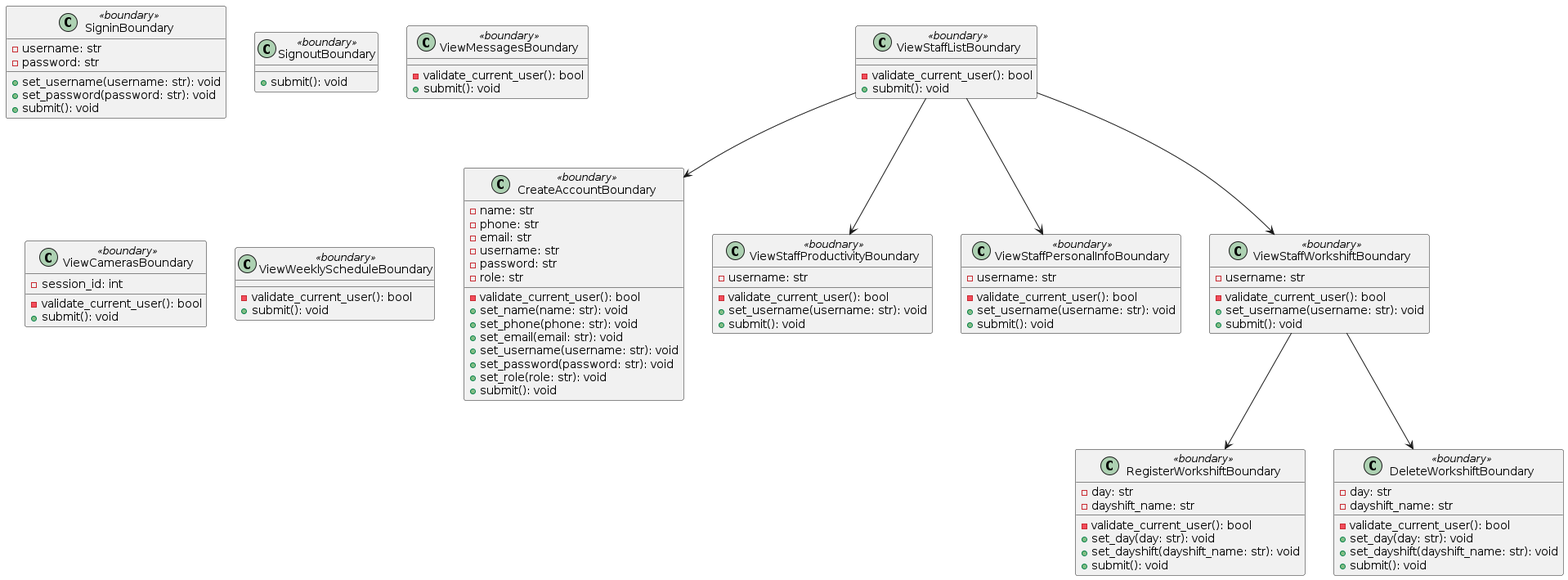
LapTQ/MCT keeps this PlantUML diagram as docs/UML/Class Details/view.png. Above is the earlier version. Source of this version:
```plantuml
@startuml

class SigninBoundary <<boundary>> {
    - username: str
    - password: str

    + set_username(username: str): void
    + set_password(password: str): void
    + submit(): void
}

class SignoutBoundary <<boundary>> {

    + submit(): void
}

class CreateAccountBoundary <<boundary>> {
    - name: str
    - phone: str
    - email: str
    - username: str
    - password: str
    - role: str

    - validate_current_user(): bool
    + set_name(name: str): void
    + set_phone(phone: str): void
    + set_email(email: str): void
    + set_username(username: str): void
    + set_password(password: str): void
    + set_role(role: str): void
    + submit(): void

}

class ViewStaffListBoundary <<boundary>> {

    - validate_current_user(): bool
    + submit(): void
}

class ViewStaffProductivityBoundary <<boudnary>> {
    - username: str

    - validate_current_user(): bool
    + set_username(username: str): void
    + submit(): void
}

class ViewStaffPersonalInfoBoundary <<boundary>> {
    - username: str

    - validate_current_user(): bool
    + set_username(username: str): void
    + submit(): void
}

class ViewStaffWorkshiftBoundary <<boundary>> {
    - username: str

    - validate_current_user(): bool
    + set_username(username: str): void
    + submit(): void
}

class RegisterWorkshiftBoundary <<boundary>> {
    - day: str
    - dayshift_name: str

    - validate_current_user(): bool
    + set_day(day: str): void
    + set_dayshift(dayshift_name: str): void
    + submit(): void
}

class DeleteWorkshiftBoundary <<boundary>> {
    - day: str
    - dayshift_name: str

    - validate_current_user(): bool
    + set_day(day: str): void
    + set_dayshift(dayshift_name: str): void
    + submit(): void
}

class ViewMessagesBoundary <<boundary>> {

    - validate_current_user(): bool
    + submit(): void
}

class ViewCamerasBoundary <<boundary>> {
    - session_id: int

    - validate_current_user(): bool
    + submit(): void
}

class ViewWeeklyScheduleBoundary <<boundary>> {

    - validate_current_user(): bool
    + submit(): void
}

ViewStaffWorkshiftBoundary --> RegisterWorkshiftBoundary
ViewStaffWorkshiftBoundary --> DeleteWorkshiftBoundary
ViewStaffListBoundary --> CreateAccountBoundary
ViewStaffListBoundary --> ViewStaffPersonalInfoBoundary
ViewStaffListBoundary --> ViewStaffProductivityBoundary
ViewStaffListBoundary --> ViewStaffWorkshiftBoundary

@enduml
```
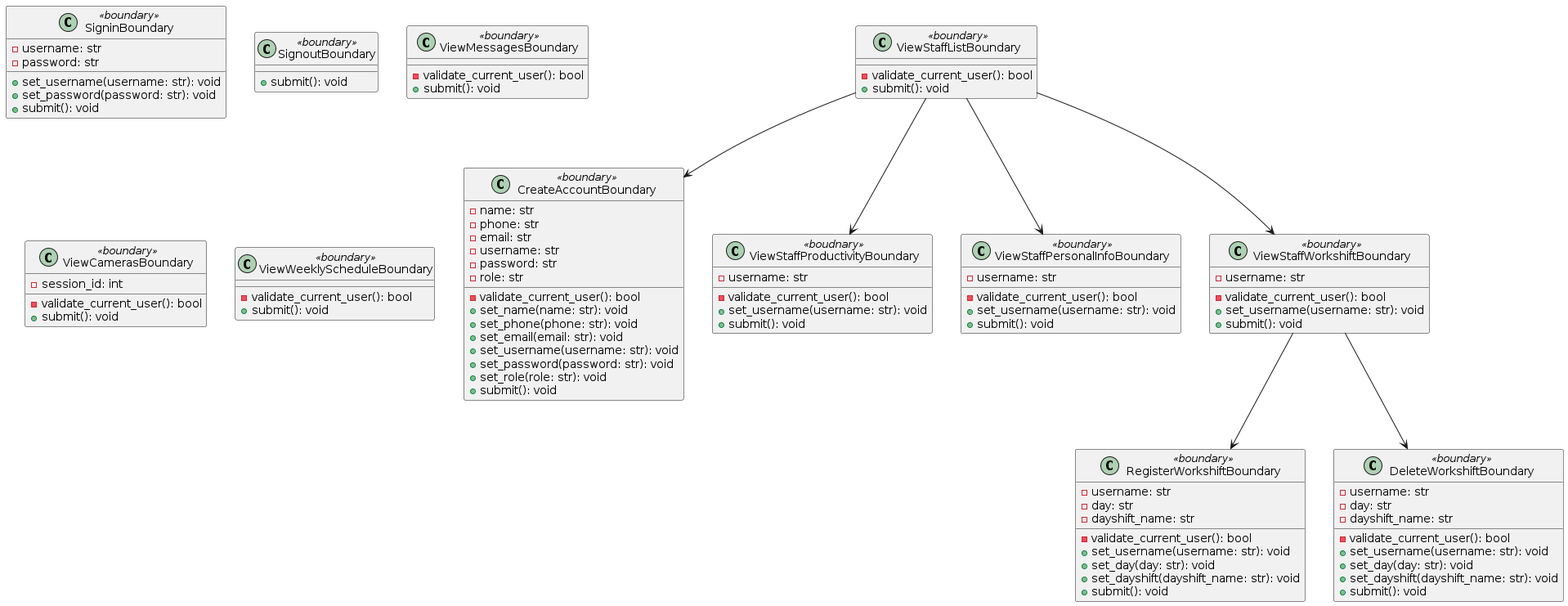
After the change.

Diff of the diagram source:
```diff
@@ -64,20 +64,24 @@
 }
 
 class RegisterWorkshiftBoundary <<boundary>> {
+    - username: str
     - day: str
     - dayshift_name: str
 
     - validate_current_user(): bool
+    + set_username(username: str): void
     + set_day(day: str): void
     + set_dayshift(dayshift_name: str): void
     + submit(): void
 }
 
 class DeleteWorkshiftBoundary <<boundary>> {
+    - username: str
     - day: str
     - dayshift_name: str
 
     - validate_current_user(): bool
+    + set_username(username: str): void
     + set_day(day: str): void
     + set_dayshift(dayshift_name: str): void
     + submit(): void
```
